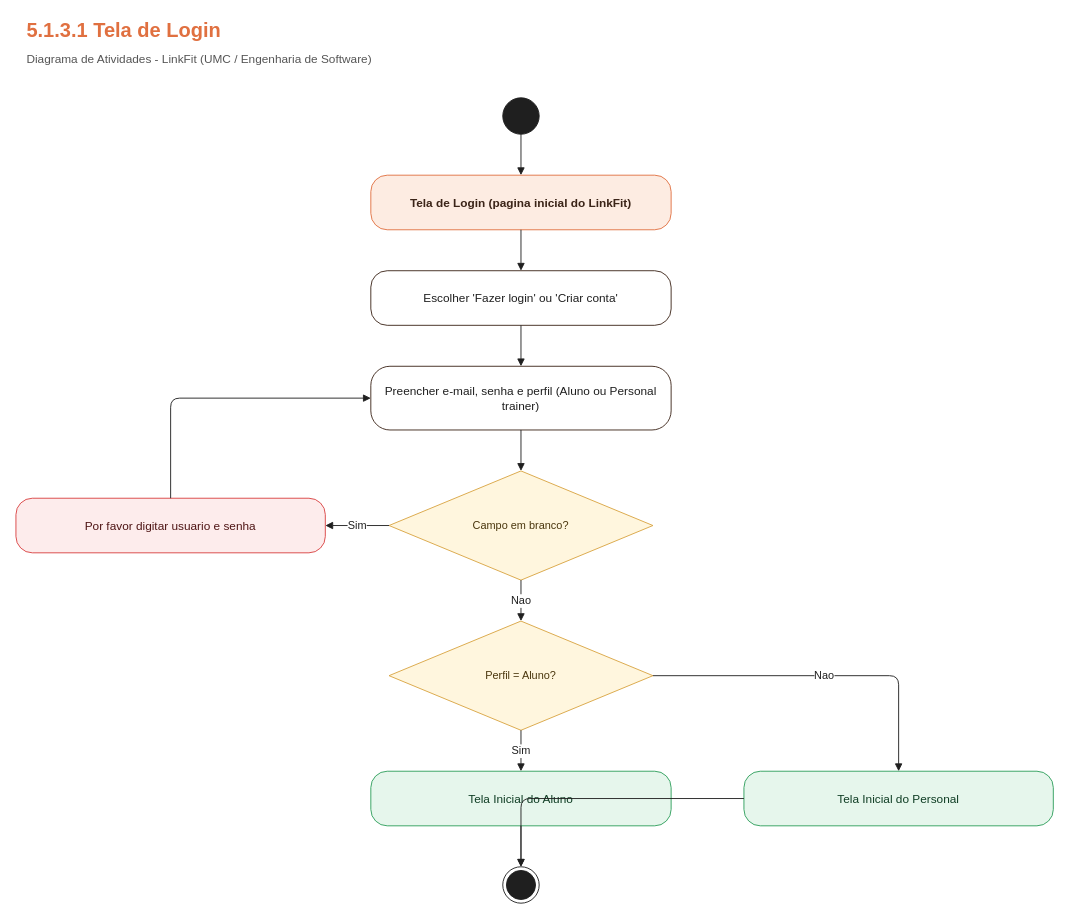
The draw.io diagram page "5.1.3.1 - Tela de Login" (2 of 10) of docs/diagramas/linkfit-diagramas.drawio in kl1nnn/LinkFit, before the edit. Source tidied: cells renumbered, new cells numbered last; positions are measured from the earlier drawing's top-left corner, leaving out a move shared by most shapes. Both pictures are drawn from the tidied source at 91%, with x=0, y=0 at pixel (15, 15).
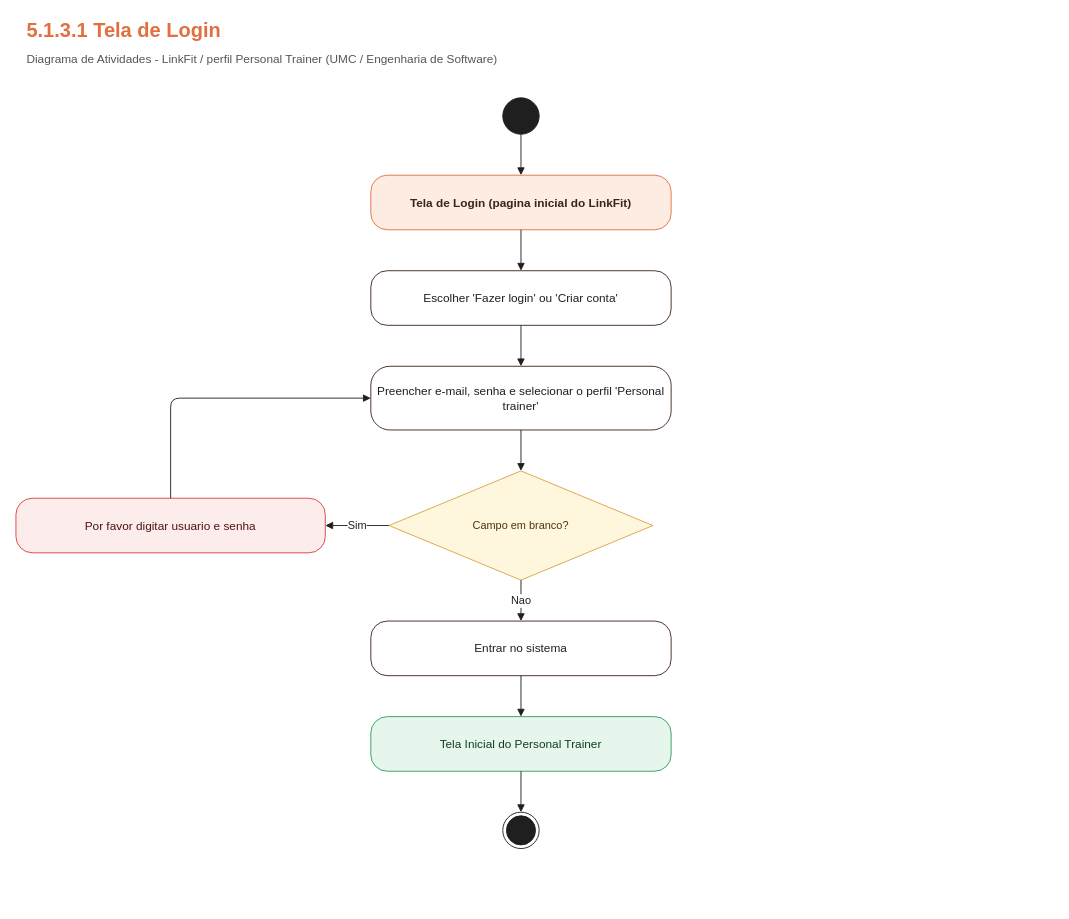
The same page after the edit.

The change refers to these unchanged cells:
```xml
<mxCell id="4" style="ellipse;html=1;fillColor=#1F1F1F;strokeColor=#1F1F1F;" parent="1" vertex="1">
  <mxGeometry x="535" y="90" width="40" height="40" as="geometry" />
</mxCell>
<mxCell id="5" value="Tela de Login (pagina inicial do LinkFit)" style="rounded=1;whiteSpace=wrap;html=1;arcSize=30;fontSize=13;fontStyle=1;fillColor=#FDECE2;strokeColor=#E07040;fontColor=#3B2418;" parent="1" vertex="1">
  <mxGeometry x="390" y="175" width="330" height="60" as="geometry" />
</mxCell>
<mxCell id="6" value="Escolher 'Fazer login' ou 'Criar conta'" style="rounded=1;whiteSpace=wrap;html=1;arcSize=30;fontSize=13;fillColor=#FFFFFF;strokeColor=#3B2418;fontColor=#1F1F1F;" parent="1" vertex="1">
  <mxGeometry x="390" y="280" width="330" height="60" as="geometry" />
</mxCell>
<mxCell id="8" value="Campo em branco?" style="rhombus;whiteSpace=wrap;html=1;fontSize=12;fillColor=#FFF6DE;strokeColor=#D9A441;fontColor=#4A360D;" parent="1" vertex="1">
  <mxGeometry x="410" y="500" width="290" height="120" as="geometry" />
</mxCell>
<mxCell id="12" value="Por favor digitar usuario e senha" style="rounded=1;whiteSpace=wrap;html=1;arcSize=30;fontSize=13;fillColor=#FDECEC;strokeColor=#D94040;fontColor=#4E1414;" parent="1" vertex="1">
  <mxGeometry y="530" width="340" height="60" as="geometry" />
</mxCell>
```

What changed in the source:
```diff
@@
-    <mxCell id="3" value="Diagrama de Atividades - LinkFit (UMC / Engenharia de Software)" style="text;html=1;strokeColor=none;fillColor=none;align=left;verticalAlign=middle;fontSize=13;fontColor=#555555;" parent="1" vertex="1">
+    <mxCell id="3" value="Diagrama de Atividades - LinkFit / perfil Personal Trainer (UMC / Engenharia de Software)" style="text;html=1;strokeColor=none;fillColor=none;align=left;verticalAlign=middle;fontSize=13;fontColor=#555555;" parent="1" vertex="1">
       <mxGeometry x="10" y="34" width="1000" height="26" as="geometry" />
     </mxCell>
@@
-    <mxCell id="7" value="Preencher e-mail, senha e perfil (Aluno ou Personal trainer)" style="rounded=1;whiteSpace=wrap;html=1;arcSize=30;fontSize=13;fillColor=#FFFFFF;strokeColor=#3B2418;fontColor=#1F1F1F;" parent="1" vertex="1">
+    <mxCell id="7" value="Preencher e-mail, senha e selecionar o perfil 'Personal trainer'" style="rounded=1;whiteSpace=wrap;html=1;arcSize=30;fontSize=13;fillColor=#FFFFFF;strokeColor=#3B2418;fontColor=#1F1F1F;" parent="1" vertex="1">
       <mxGeometry x="390" y="385" width="330" height="70" as="geometry" />
     </mxCell>
@@
-    <mxCell id="9" value="Perfil = Aluno?" style="rhombus;whiteSpace=wrap;html=1;fontSize=12;fillColor=#FFF6DE;strokeColor=#D9A441;fontColor=#4A360D;" parent="1" vertex="1">
-      <mxGeometry x="410" y="665" width="290" height="120" as="geometry" />
+    <mxCell id="9" value="Entrar no sistema" style="rounded=1;whiteSpace=wrap;html=1;arcSize=30;fontSize=13;fillColor=#FFFFFF;strokeColor=#3B2418;fontColor=#1F1F1F;" parent="1" vertex="1">
+      <mxGeometry x="390" y="665" width="330" height="60" as="geometry" />
     </mxCell>
-    <mxCell id="10" value="Tela Inicial do Aluno" style="rounded=1;whiteSpace=wrap;html=1;arcSize=30;fontSize=13;fillColor=#E6F6EC;strokeColor=#2E9E5B;fontColor=#0F3D24;" parent="1" vertex="1">
-      <mxGeometry x="390" y="830" width="330" height="60" as="geometry" />
+    <mxCell id="10" value="Tela Inicial do Personal Trainer" style="rounded=1;whiteSpace=wrap;html=1;arcSize=30;fontSize=13;fillColor=#E6F6EC;strokeColor=#2E9E5B;fontColor=#0F3D24;" parent="1" vertex="1">
+      <mxGeometry x="390" y="770" width="330" height="60" as="geometry" />
     </mxCell>
     <mxCell id="11" style="ellipse;shape=endState;html=1;fillColor=#1F1F1F;strokeColor=#1F1F1F;" parent="1" vertex="1">
-      <mxGeometry x="535" y="935" width="40" height="40" as="geometry" />
+      <mxGeometry x="535" y="875" width="40" height="40" as="geometry" />
     </mxCell>
@@
-    <mxCell id="13" value="Tela Inicial do Personal" style="rounded=1;whiteSpace=wrap;html=1;arcSize=30;fontSize=13;fillColor=#E6F6EC;strokeColor=#2E9E5B;fontColor=#0F3D24;" parent="1" vertex="1">
-      <mxGeometry x="800" y="830" width="340" height="60" as="geometry" />
+    <mxCell id="13" style="edgeStyle=orthogonalEdgeStyle;rounded=1;html=1;endArrow=block;endFill=1;strokeColor=#1F1F1F;fontSize=12;fontColor=#1F1F1F;labelBackgroundColor=#FFFFFF;" parent="1" edge="1" source="4" target="5">
+      <mxGeometry relative="1" as="geometry" />
     </mxCell>
-    <mxCell id="14" style="edgeStyle=orthogonalEdgeStyle;rounded=1;html=1;endArrow=block;endFill=1;strokeColor=#1F1F1F;fontSize=12;fontColor=#1F1F1F;labelBackgroundColor=#FFFFFF;" parent="1" edge="1" source="4" target="5">
+    <mxCell id="14" style="edgeStyle=orthogonalEdgeStyle;rounded=1;html=1;endArrow=block;endFill=1;strokeColor=#1F1F1F;fontSize=12;fontColor=#1F1F1F;labelBackgroundColor=#FFFFFF;" parent="1" edge="1" source="5" target="6">
       <mxGeometry relative="1" as="geometry" />
     </mxCell>
-    <mxCell id="15" style="edgeStyle=orthogonalEdgeStyle;rounded=1;html=1;endArrow=block;endFill=1;strokeColor=#1F1F1F;fontSize=12;fontColor=#1F1F1F;labelBackgroundColor=#FFFFFF;" parent="1" edge="1" source="5" target="6">
+    <mxCell id="15" style="edgeStyle=orthogonalEdgeStyle;rounded=1;html=1;endArrow=block;endFill=1;strokeColor=#1F1F1F;fontSize=12;fontColor=#1F1F1F;labelBackgroundColor=#FFFFFF;" parent="1" edge="1" source="6" target="7">
       <mxGeometry relative="1" as="geometry" />
     </mxCell>
-    <mxCell id="16" style="edgeStyle=orthogonalEdgeStyle;rounded=1;html=1;endArrow=block;endFill=1;strokeColor=#1F1F1F;fontSize=12;fontColor=#1F1F1F;labelBackgroundColor=#FFFFFF;" parent="1" edge="1" source="6" target="7">
+    <mxCell id="16" style="edgeStyle=orthogonalEdgeStyle;rounded=1;html=1;endArrow=block;endFill=1;strokeColor=#1F1F1F;fontSize=12;fontColor=#1F1F1F;labelBackgroundColor=#FFFFFF;" parent="1" edge="1" source="7" target="8">
       <mxGeometry relative="1" as="geometry" />
     </mxCell>
-    <mxCell id="17" style="edgeStyle=orthogonalEdgeStyle;rounded=1;html=1;endArrow=block;endFill=1;strokeColor=#1F1F1F;fontSize=12;fontColor=#1F1F1F;labelBackgroundColor=#FFFFFF;" parent="1" edge="1" source="7" target="8">
+    <mxCell id="17" value="Sim" style="edgeStyle=orthogonalEdgeStyle;rounded=1;html=1;endArrow=block;endFill=1;strokeColor=#1F1F1F;fontSize=12;fontColor=#1F1F1F;labelBackgroundColor=#FFFFFF;" parent="1" edge="1" source="8" target="12">
       <mxGeometry relative="1" as="geometry" />
     </mxCell>
-    <mxCell id="18" value="Sim" style="edgeStyle=orthogonalEdgeStyle;rounded=1;html=1;endArrow=block;endFill=1;strokeColor=#1F1F1F;fontSize=12;fontColor=#1F1F1F;labelBackgroundColor=#FFFFFF;" parent="1" edge="1" source="8" target="12">
-      <mxGeometry relative="1" as="geometry" />
+    <mxCell id="18" style="edgeStyle=orthogonalEdgeStyle;rounded=1;html=1;endArrow=block;endFill=1;strokeColor=#1F1F1F;fontSize=12;fontColor=#1F1F1F;labelBackgroundColor=#FFFFFF;exitX=0.5;exitY=0;exitDx=0;exitDy=0;entryX=0;entryY=0.5;entryDx=0;entryDy=0;" parent="1" edge="1" source="12" target="7">
+      <mxGeometry relative="1" as="geometry">
+        <Array as="points">
+          <mxPoint x="170" y="420" />
+        </Array>
+      </mxGeometry>
     </mxCell>
-    <mxCell id="19" style="edgeStyle=orthogonalEdgeStyle;rounded=1;html=1;endArrow=block;endFill=1;strokeColor=#1F1F1F;fontSize=12;fontColor=#1F1F1F;labelBackgroundColor=#FFFFFF;exitX=0.5;exitY=0;exitDx=0;exitDy=0;entryX=0;entryY=0.5;entryDx=0;entryDy=0;" parent="1" edge="1" source="12" target="7">
-      <mxGeometry relative="1" as="geometry">
-        <Array as="points">
-          <mxPoint x="170" y="420" />
-        </Array>
-      </mxGeometry>
+    <mxCell id="19" value="Nao" style="edgeStyle=orthogonalEdgeStyle;rounded=1;html=1;endArrow=block;endFill=1;strokeColor=#1F1F1F;fontSize=12;fontColor=#1F1F1F;labelBackgroundColor=#FFFFFF;" parent="1" edge="1" source="8" target="9">
+      <mxGeometry relative="1" as="geometry" />
     </mxCell>
-    <mxCell id="20" value="Nao" style="edgeStyle=orthogonalEdgeStyle;rounded=1;html=1;endArrow=block;endFill=1;strokeColor=#1F1F1F;fontSize=12;fontColor=#1F1F1F;labelBackgroundColor=#FFFFFF;" parent="1" edge="1" source="8" target="9">
+    <mxCell id="20" style="edgeStyle=orthogonalEdgeStyle;rounded=1;html=1;endArrow=block;endFill=1;strokeColor=#1F1F1F;fontSize=12;fontColor=#1F1F1F;labelBackgroundColor=#FFFFFF;" parent="1" edge="1" source="9" target="10">
       <mxGeometry relative="1" as="geometry" />
     </mxCell>
-    <mxCell id="21" value="Sim" style="edgeStyle=orthogonalEdgeStyle;rounded=1;html=1;endArrow=block;endFill=1;strokeColor=#1F1F1F;fontSize=12;fontColor=#1F1F1F;labelBackgroundColor=#FFFFFF;" parent="1" edge="1" source="9" target="10">
+    <mxCell id="21" style="edgeStyle=orthogonalEdgeStyle;rounded=1;html=1;endArrow=block;endFill=1;strokeColor=#1F1F1F;fontSize=12;fontColor=#1F1F1F;labelBackgroundColor=#FFFFFF;" parent="1" edge="1" source="10" target="11">
       <mxGeometry relative="1" as="geometry" />
     </mxCell>
-    <mxCell id="22" value="Nao" style="edgeStyle=orthogonalEdgeStyle;rounded=1;html=1;endArrow=block;endFill=1;strokeColor=#1F1F1F;fontSize=12;fontColor=#1F1F1F;labelBackgroundColor=#FFFFFF;exitX=1;exitY=0.5;exitDx=0;exitDy=0;entryX=0.5;entryY=0;entryDx=0;entryDy=0;" parent="1" edge="1" source="9" target="13">
-      <mxGeometry relative="1" as="geometry">
-        <Array as="points">
-          <mxPoint x="970" y="725" />
-        </Array>
-      </mxGeometry>
-    </mxCell>
-    <mxCell id="23" style="edgeStyle=orthogonalEdgeStyle;rounded=1;html=1;endArrow=block;endFill=1;strokeColor=#1F1F1F;fontSize=12;fontColor=#1F1F1F;labelBackgroundColor=#FFFFFF;" parent="1" edge="1" source="10" target="11">
-      <mxGeometry relative="1" as="geometry" />
-    </mxCell>
-    <mxCell id="24" style="edgeStyle=orthogonalEdgeStyle;rounded=1;html=1;endArrow=block;endFill=1;strokeColor=#1F1F1F;fontSize=12;fontColor=#1F1F1F;labelBackgroundColor=#FFFFFF;" parent="1" edge="1" source="13" target="11">
-      <mxGeometry relative="1" as="geometry" />
-    </mxCell>
```
